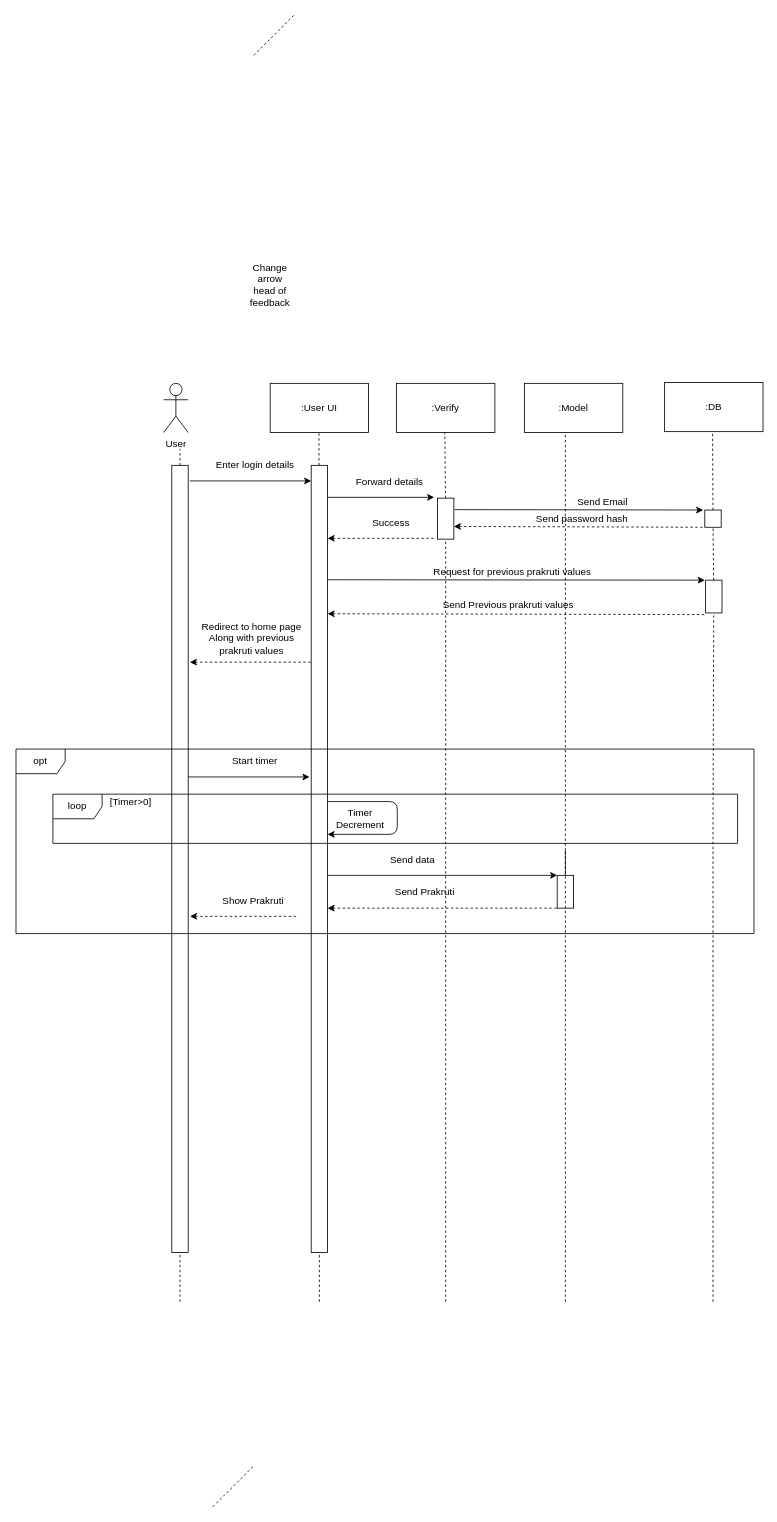
Above: page "Sequence" (4 of 7) of nadi.drawio in MohitBurkule/nadi (draw.io), before the change. Source tidied: cells renumbered, new cells numbered last; positions are measured from the earlier drawing's top-left corner, leaving out a move shared by most shapes. Both pictures are drawn from the tidied source at 82%, with x=0, y=0 at pixel (16, 14).
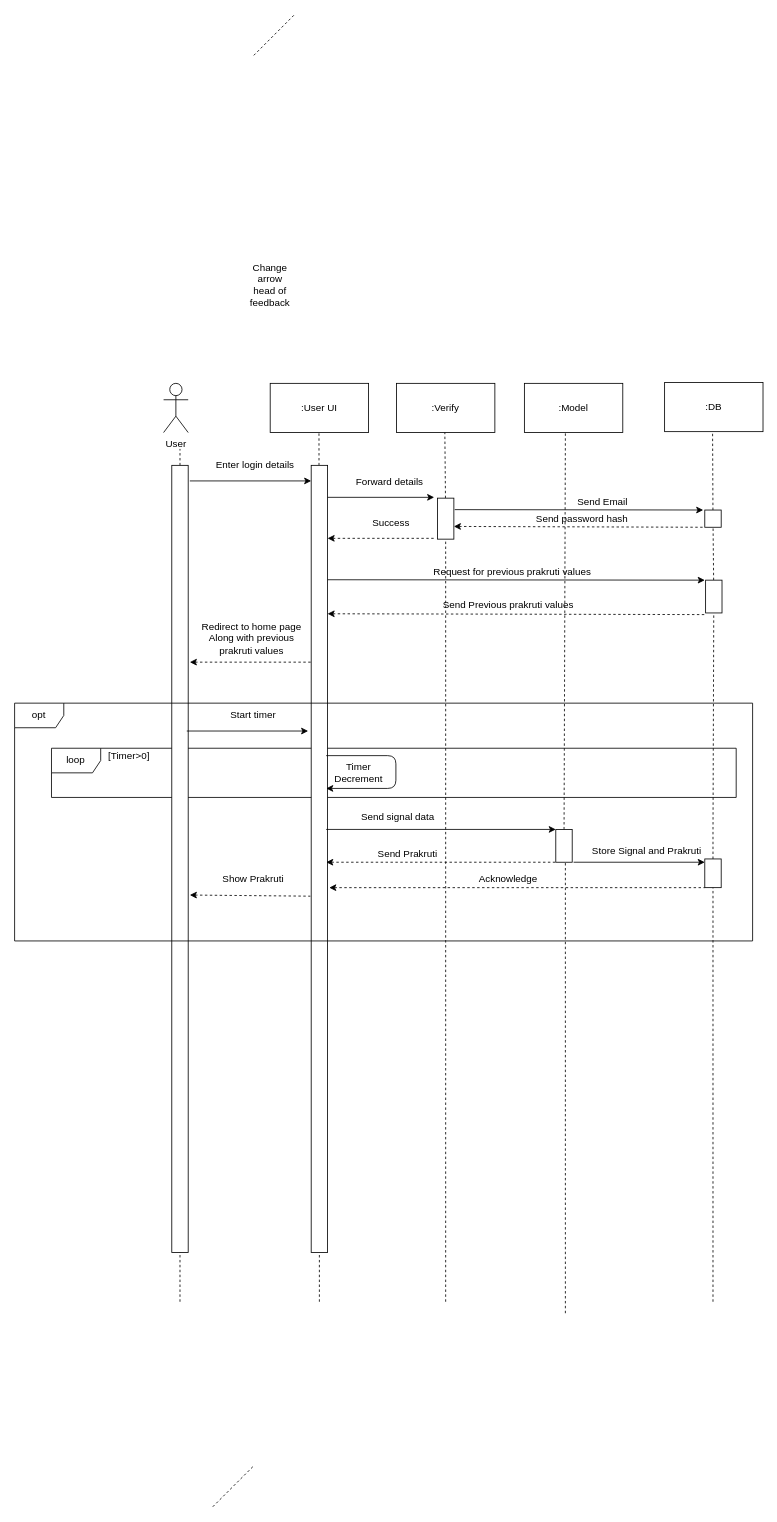
After the change.

What changed in the source:
```diff
@@
+    <mxCell id="52" value="loop" style="shape=umlFrame;whiteSpace=wrap;html=1;" parent="1" vertex="1">
+      <mxGeometry x="43.3" y="895" width="835" height="60" as="geometry" />
+    </mxCell>
@@
     <mxCell id="28" style="group;" parent="1" vertex="1">
-      <mxGeometry x="210" y="901" width="184" height="39" as="geometry" />
+      <mxGeometry x="208.3" y="845" width="184" height="39" as="geometry" />
     </mxCell>
@@
     <mxCell id="31" style="rounded=0;whiteSpace=wrap;html=1;fontSize=12;" parent="1" vertex="1">
-      <mxGeometry x="660" y="1050" width="20" height="40" as="geometry" />
+      <mxGeometry x="658.3" y="994" width="20" height="40" as="geometry" />
     </mxCell>
-    <mxCell id="32" style="endArrow=none;dashed=1;html=1;strokeColor=#000000;fillColor=#ffffff;fontSize=12;" parent="1" edge="1" target="31">
-      <mxGeometry relative="1" as="geometry">
-        <mxPoint x="670" y="1020" as="sourcePoint" />
-      </mxGeometry>
-    </mxCell>
-    <mxCell id="33" style="group;" parent="1" vertex="1">
-      <mxGeometry x="380" y="1021" width="280" height="29" as="geometry" />
-    </mxCell>
-    <mxCell id="34" style="endArrow=classic;html=1;strokeColor=#000000;fillColor=#ffffff;fontSize=12;" parent="33" edge="1">
-      <mxGeometry relative="1" as="geometry">
-        <mxPoint y="29" as="sourcePoint" />
-        <mxPoint x="280" y="29" as="targetPoint" />
-      </mxGeometry>
-    </mxCell>
-    <mxCell id="35" value="Send data&amp;nbsp;" style="text;html=1;align=center;verticalAlign=middle;fontSize=12;" parent="33" vertex="1" collapsed="1">
-      <mxGeometry x="60" width="90" height="20" as="geometry" />
-    </mxCell>
-    <mxCell id="36" style="group;" parent="1" vertex="1">
-      <mxGeometry x="380" y="1061" width="280" height="29" as="geometry" />
-    </mxCell>
-    <mxCell id="37" style="endArrow=none;html=1;strokeColor=#000000;fillColor=#ffffff;fontSize=12;startArrow=classic;startFill=1;endFill=0;dashed=1;jumpSize=4;" parent="36" edge="1">
-      <mxGeometry relative="1" as="geometry">
-        <mxPoint y="29" as="sourcePoint" />
-        <mxPoint x="280" y="29" as="targetPoint" />
-      </mxGeometry>
-    </mxCell>
-    <mxCell id="38" value="Send Prakruti&amp;nbsp;" style="text;html=1;align=center;verticalAlign=middle;fontSize=12;" parent="36" vertex="1" collapsed="1">
-      <mxGeometry x="64.7" width="110" height="20" as="geometry" />
-    </mxCell>
-    <mxCell id="39" style="group;" parent="1" vertex="1">
-      <mxGeometry x="212.2" y="1071" width="151.6" height="29" as="geometry" />
-    </mxCell>
-    <mxCell id="40" style="endArrow=none;html=1;strokeColor=#000000;fillColor=#ffffff;fontSize=12;startArrow=classic;startFill=1;endFill=0;dashed=1;jumpSize=4;" parent="39" edge="1">
-      <mxGeometry relative="1" as="geometry">
-        <mxPoint y="29" as="sourcePoint" />
-        <mxPoint x="130" y="29" as="targetPoint" />
-      </mxGeometry>
-    </mxCell>
-    <mxCell id="41" value="Show Prakruti" style="text;html=1;align=center;verticalAlign=middle;fontSize=12;" parent="39" vertex="1" collapsed="1">
-      <mxGeometry x="21.6" width="110" height="20" as="geometry" />
-    </mxCell>
-    <mxCell id="42" style="endArrow=none;dashed=1;html=1;strokeColor=#000000;fillColor=#ffffff;fontSize=12;" parent="1" edge="1">
+    <mxCell id="42" style="endArrow=none;dashed=1;html=1;strokeColor=#000000;fillColor=#ffffff;fontSize=12;" parent="1" edge="1" source="65">
       <mxGeometry relative="1" as="geometry">
-        <mxPoint x="850" y="1570" as="sourcePoint" />
         <mxPoint x="850" y="1000" as="targetPoint" />
       </mxGeometry>
     </mxCell>
@@
     <mxCell id="48" style="endArrow=none;dashed=1;html=1;strokeColor=#000000;fillColor=#ffffff;fontSize=12;" parent="1" edge="1">
       <mxGeometry relative="1" as="geometry">
-        <mxPoint x="670" y="1570" as="sourcePoint" />
-        <mxPoint x="670" y="1020" as="targetPoint" />
+        <mxPoint x="670" y="1584" as="sourcePoint" />
+        <mxPoint x="670" y="1034" as="targetPoint" />
       </mxGeometry>
     </mxCell>
-    <mxCell id="49" value="opt" style="shape=umlFrame;whiteSpace=wrap;html=1;" parent="1" vertex="1">
-      <mxGeometry y="896" width="900" height="225" as="geometry" />
-    </mxCell>
     <mxCell id="50" style="endArrow=classic;html=1;" parent="1" edge="1">
       <mxGeometry relative="1" as="geometry">
-        <mxPoint x="380" y="960" as="sourcePoint" />
-        <mxPoint x="380" y="1000" as="targetPoint" />
+        <mxPoint x="378.3" y="904" as="sourcePoint" />
+        <mxPoint x="378.3" y="944" as="targetPoint" />
         <Array as="points">
-          <mxPoint x="465" y="960" />
-          <mxPoint x="465" y="1000" />
+          <mxPoint x="463.3" y="904" />
+          <mxPoint x="463.3" y="944" />
         </Array>
       </mxGeometry>
     </mxCell>
     <mxCell id="51" value="Timer&lt;br&gt;Decrement" style="text;html=1;strokeColor=none;fillColor=none;align=center;verticalAlign=middle;whiteSpace=wrap;rounded=0;" parent="1" vertex="1">
-      <mxGeometry x="400" y="971" width="40" height="20" as="geometry" />
+      <mxGeometry x="398.3" y="915" width="40" height="20" as="geometry" />
     </mxCell>
-    <mxCell id="52" value="loop" style="shape=umlFrame;whiteSpace=wrap;html=1;" parent="1" vertex="1">
-      <mxGeometry x="45" y="951" width="835" height="60" as="geometry" />
-    </mxCell>
     <mxCell id="53" value="[Timer&amp;gt;0]" style="text;html=1;strokeColor=none;fillColor=none;align=center;verticalAlign=middle;whiteSpace=wrap;rounded=0;" parent="1" vertex="1">
-      <mxGeometry x="120" y="951" width="40" height="20" as="geometry" />
+      <mxGeometry x="118.3" y="895" width="40" height="20" as="geometry" />
     </mxCell>
@@
+    <mxCell id="40" style="endArrow=none;html=1;strokeColor=#000000;fillColor=#ffffff;fontSize=12;startArrow=classic;startFill=1;endFill=0;dashed=1;jumpSize=4;entryX=-0.124;entryY=0.516;entryDx=0;entryDy=0;entryPerimeter=0;" parent="1" edge="1">
+      <mxGeometry x="102" y="755" as="geometry">
+        <mxPoint x="212" y="1074" as="sourcePoint" />
+        <mxPoint x="359" y="1075.4" as="targetPoint" />
+      </mxGeometry>
+    </mxCell>
+    <mxCell id="41" value="Show Prakruti" style="text;html=1;align=center;verticalAlign=middle;fontSize=12;" parent="1" vertex="1" collapsed="1">
+      <mxGeometry x="233.6" y="1045" width="110" height="20" as="geometry" />
+    </mxCell>
+    <mxCell id="37" style="endArrow=none;html=1;strokeColor=#000000;fillColor=#ffffff;fontSize=12;startArrow=classic;startFill=1;endFill=0;dashed=1;jumpSize=4;" parent="1" edge="1">
+      <mxGeometry x="268.3" y="715" as="geometry">
+        <mxPoint x="378.3" y="1034" as="sourcePoint" />
+        <mxPoint x="658.3" y="1034" as="targetPoint" />
+      </mxGeometry>
+    </mxCell>
+    <mxCell id="38" value="Send Prakruti&amp;nbsp;" style="text;html=1;align=center;verticalAlign=middle;fontSize=12;" parent="1" vertex="1" collapsed="1">
+      <mxGeometry x="424" y="1014" width="110" height="20" as="geometry" />
+    </mxCell>
+    <mxCell id="34" style="endArrow=classic;html=1;strokeColor=#000000;fillColor=#ffffff;fontSize=12;" parent="1" edge="1">
+      <mxGeometry x="268.3" y="675" as="geometry">
+        <mxPoint x="378.3" y="994" as="sourcePoint" />
+        <mxPoint x="658.3" y="994" as="targetPoint" />
+      </mxGeometry>
+    </mxCell>
+    <mxCell id="35" value="Send signal data&amp;nbsp;" style="text;html=1;align=center;verticalAlign=middle;fontSize=12;" parent="1" vertex="1" collapsed="1">
+      <mxGeometry x="401.6" y="969" width="130" height="20" as="geometry" />
+    </mxCell>
+    <mxCell id="65" style="rounded=0;whiteSpace=wrap;html=1;fontSize=12;" parent="1" vertex="1">
+      <mxGeometry x="840" y="1030" width="20" height="35" as="geometry" />
+    </mxCell>
+    <mxCell id="66" style="endArrow=none;dashed=1;html=1;strokeColor=#000000;fillColor=#ffffff;fontSize=12;" parent="1" edge="1" target="65">
+      <mxGeometry relative="1" as="geometry">
+        <mxPoint x="850" y="1570" as="sourcePoint" />
+      </mxGeometry>
+    </mxCell>
+    <mxCell id="67" style="endArrow=classic;html=1;strokeColor=#000000;fillColor=#ffffff;fontSize=12;" parent="1" edge="1">
+      <mxGeometry x="508.3" y="715" as="geometry">
+        <mxPoint x="680" y="1034" as="sourcePoint" />
+        <mxPoint x="840" y="1034" as="targetPoint" />
+      </mxGeometry>
+    </mxCell>
+    <mxCell id="68" style="endArrow=none;html=1;strokeColor=#000000;fillColor=#ffffff;fontSize=12;startArrow=classic;startFill=1;endFill=0;dashed=1;jumpSize=4;" parent="1" edge="1">
+      <mxGeometry x="568.3" y="746.2" as="geometry">
+        <mxPoint x="382" y="1065" as="sourcePoint" />
+        <mxPoint x="840" y="1065" as="targetPoint" />
+      </mxGeometry>
+    </mxCell>
+    <mxCell id="69" value="Acknowledge" style="text;html=1;align=center;verticalAlign=middle;fontSize=12;" parent="1" vertex="1" collapsed="1">
+      <mxGeometry x="550" y="1045" width="100" height="20" as="geometry" />
+    </mxCell>
+    <mxCell id="70" value="Store Signal and Prakruti" style="text;html=1;align=center;verticalAlign=middle;fontSize=12;" parent="1" vertex="1" collapsed="1">
+      <mxGeometry x="684" y="1010" width="170" height="20" as="geometry" />
+    </mxCell>
+    <mxCell id="49" value="opt" style="shape=umlFrame;whiteSpace=wrap;html=1;" parent="1" vertex="1">
+      <mxGeometry x="-1.7" y="840" width="900" height="290" as="geometry" />
+    </mxCell>
```
